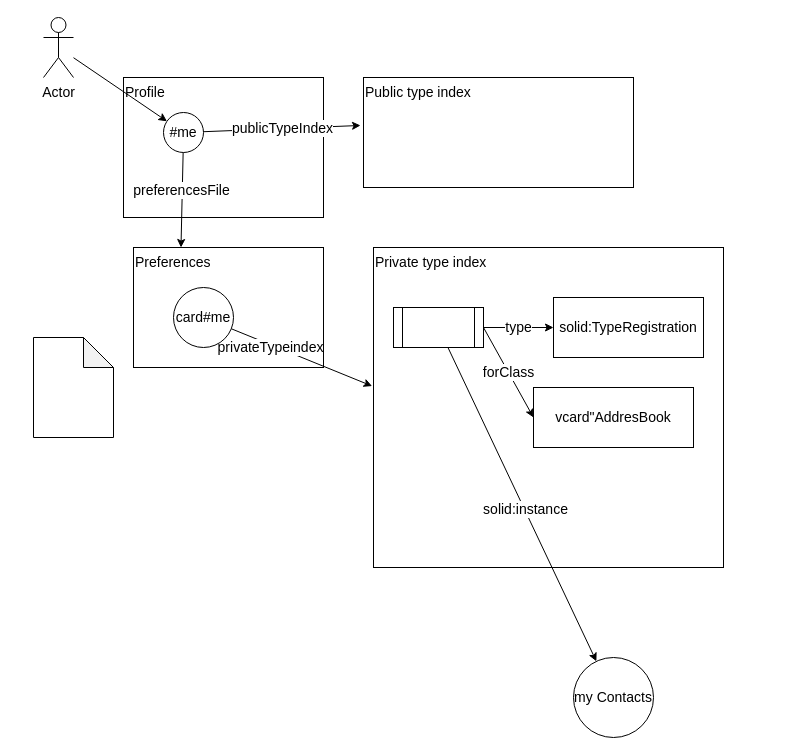
Above: diagrams/type-indexes.drawio in solid/webid-profile (draw.io), before the change. Source tidied: cells renumbered, new cells numbered last; positions are measured from the earlier drawing's top-left corner, leaving out a move shared by most shapes. Both pictures are drawn from the tidied source at 100%, with x=0, y=0 at pixel (33, 17).
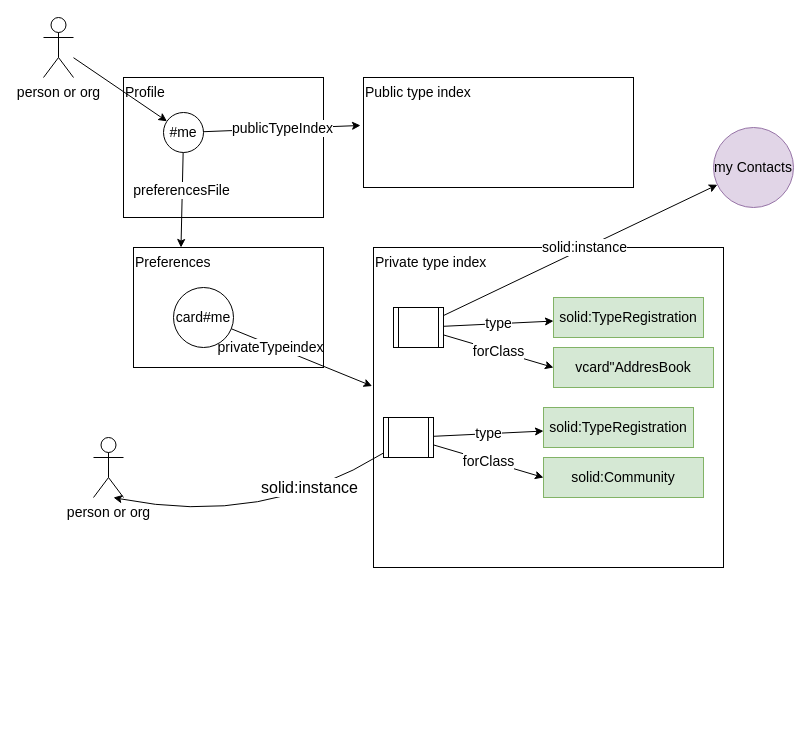
The same page after the edit.

Change to the diagram source:
```diff
@@
-    <mxCell id="13" value="my Contacts" style="ellipse;whiteSpace=wrap;html=1;fontSize=14;" parent="1" vertex="1">
-      <mxGeometry x="540" y="640" width="80" height="80" as="geometry" />
+    <mxCell id="13" value="my Contacts" style="ellipse;whiteSpace=wrap;html=1;fontSize=14;fillColor=#e1d5e7;strokeColor=#9673a6;" parent="1" vertex="1">
+      <mxGeometry x="680" y="110" width="80" height="80" as="geometry" />
     </mxCell>
-    <mxCell id="14" value="&lt;span style=&quot;font-size: 14px;&quot;&gt;vcard&quot;AddresBook&lt;/span&gt;" style="rounded=0;whiteSpace=wrap;html=1;fontSize=14;" parent="1" vertex="1">
-      <mxGeometry x="500" y="370" width="160" height="60" as="geometry" />
+    <mxCell id="14" value="&lt;span style=&quot;font-size: 14px;&quot;&gt;vcard&quot;AddresBook&lt;/span&gt;" style="rounded=0;whiteSpace=wrap;html=1;fontSize=14;fillColor=#d5e8d4;strokeColor=#82b366;" parent="1" vertex="1">
+      <mxGeometry x="520" y="330" width="160" height="40" as="geometry" />
     </mxCell>
     <mxCell id="15" style="shape=process;whiteSpace=wrap;html=1;backgroundOutline=1;fontSize=14;" parent="1" vertex="1">
-      <mxGeometry x="360" y="290" width="90" height="40" as="geometry" />
+      <mxGeometry x="360" y="290" width="50" height="40" as="geometry" />
     </mxCell>
-    <mxCell id="16" value="forClass" style="endArrow=classic;html=1;rounded=0;entryX=0;entryY=0.5;entryDx=0;entryDy=0;exitX=1;exitY=0.5;exitDx=0;exitDy=0;fontSize=14;" parent="1" edge="1" source="15" target="14">
+    <mxCell id="16" value="forClass" style="endArrow=classic;html=1;rounded=0;entryX=0;entryY=0.5;entryDx=0;entryDy=0;fontSize=14;" parent="1" edge="1" source="15" target="14">
       <mxGeometry relative="1" as="geometry" />
     </mxCell>
-    <mxCell id="17" value="solid:TypeRegistration" style="rounded=0;whiteSpace=wrap;html=1;fontSize=14;" parent="1" vertex="1">
-      <mxGeometry x="520" y="280" width="150" height="60" as="geometry" />
+    <mxCell id="17" value="solid:TypeRegistration" style="rounded=0;whiteSpace=wrap;html=1;fontSize=14;fillColor=#d5e8d4;strokeColor=#82b366;" parent="1" vertex="1">
+      <mxGeometry x="520" y="280" width="150" height="40" as="geometry" />
     </mxCell>
@@
-    <mxCell id="21" value="Actor" style="shape=umlActor;verticalLabelPosition=bottom;verticalAlign=top;html=1;outlineConnect=0;fontSize=14;" parent="1" vertex="1">
+    <mxCell id="21" value="person or org" style="shape=umlActor;verticalLabelPosition=bottom;verticalAlign=top;html=1;outlineConnect=0;fontSize=14;" parent="1" vertex="1">
       <mxGeometry x="10" width="30" height="60" as="geometry" />
     </mxCell>
@@
-    <mxCell id="23" style="shape=note;whiteSpace=wrap;html=1;backgroundOutline=1;darkOpacity=0.05;fontSize=14;" parent="1" vertex="1">
-      <mxGeometry y="320" width="80" height="100" as="geometry" />
-    </mxCell>
+    <mxCell id="24" value="solid:Community" style="rounded=0;whiteSpace=wrap;html=1;fontSize=14;fillColor=#d5e8d4;strokeColor=#82b366;" parent="1" vertex="1">
+      <mxGeometry x="510" y="440" width="160" height="40" as="geometry" />
+    </mxCell>
+    <mxCell id="25" style="shape=process;whiteSpace=wrap;html=1;backgroundOutline=1;fontSize=14;" parent="1" vertex="1">
+      <mxGeometry x="350" y="400" width="50" height="40" as="geometry" />
+    </mxCell>
+    <mxCell id="26" value="forClass" style="endArrow=classic;html=1;rounded=0;entryX=0;entryY=0.5;entryDx=0;entryDy=0;fontSize=14;" parent="1" edge="1" source="25" target="24">
+      <mxGeometry relative="1" as="geometry" />
+    </mxCell>
+    <mxCell id="27" value="solid:TypeRegistration" style="rounded=0;whiteSpace=wrap;html=1;fontSize=14;fillColor=#d5e8d4;strokeColor=#82b366;" parent="1" vertex="1">
+      <mxGeometry x="510" y="390" width="150" height="40" as="geometry" />
+    </mxCell>
+    <mxCell id="28" value="type" style="endArrow=classic;html=1;rounded=0;fontSize=14;" parent="1" edge="1" source="25" target="27">
+      <mxGeometry relative="1" as="geometry" />
+    </mxCell>
+    <mxCell id="29" style="curved=1;endArrow=classic;html=1;rounded=0;fontSize=14;" parent="1" edge="1" source="25" target="31">
+      <mxGeometry relative="1" as="geometry">
+        <Array as="points">
+          <mxPoint x="230" y="510" />
+          <mxPoint x="80" y="480" />
+        </Array>
+      </mxGeometry>
+    </mxCell>
+    <mxCell id="30" value="solid:instance" style="edgeLabel;html=1;align=center;verticalAlign=middle;fontSize=16;" parent="29" vertex="1">
+      <mxGeometry x="-0.45" y="-10" relative="1" as="geometry" />
+    </mxCell>
+    <mxCell id="31" value="person or org" style="shape=umlActor;verticalLabelPosition=bottom;verticalAlign=top;html=1;outlineConnect=0;fontSize=14;" parent="1" vertex="1">
+      <mxGeometry x="60" y="420" width="30" height="60" as="geometry" />
+    </mxCell>
```
